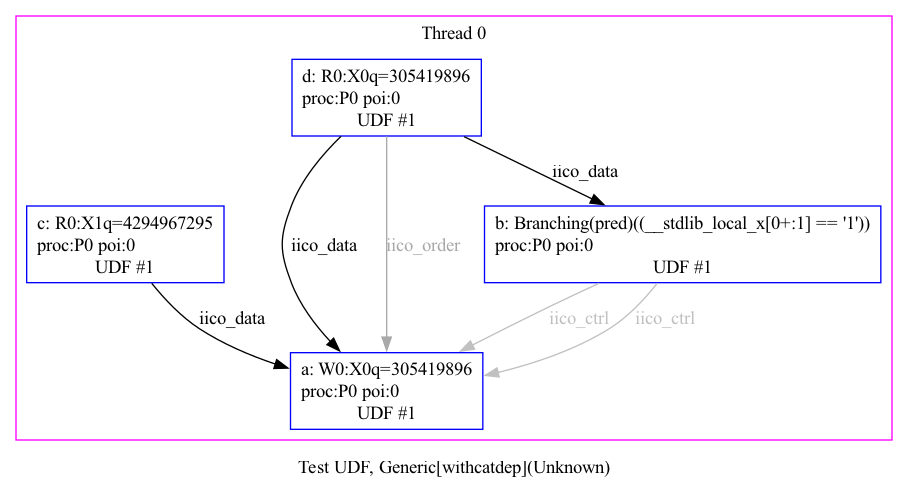
Above: pac_tests/notes/fpac_without_else_success.png in herd/herdtools7 (Graphviz), before the change. Its source is kept beside it as pac_tests/notes/fpac_without_else_success.dot. The source it was exported from:
```dot
digraph G {


/* legend */
label="Test UDF, Generic[withcatdep](Unknown)";


/* the unlocked events */
subgraph cluster_proc0 { rank=sink; label = "Thread 0"; color=magenta; shape=box;
eiid0 [label="a: W0:X0q=305419896\lproc:P0 poi:0\lUDF #1", shape="box", color="blue"];
eiid1 [label="b: Branching(pred)((__stdlib_local_x[0+:1] == '1'))\lproc:P0 poi:0\lUDF #1", shape="box", color="blue"];
eiid2 [label="c: R0:X1q=4294967295\lproc:P0 poi:0\lUDF #1", shape="box", color="blue"];
eiid3 [label="d: R0:X0q=305419896\lproc:P0 poi:0\lUDF #1", shape="box", color="blue"];
}

/* the intra_causality_data edges */

eiid2 -> eiid0 [label="iico_data", color="black", fontcolor="black"];
eiid3 -> eiid0 [label="iico_data", color="black", fontcolor="black"];
eiid3 -> eiid1 [label="iico_data", color="black", fontcolor="black"];

/* the intra_causality_control edges */
eiid1 -> eiid0 [label="iico_ctrl", color="grey", fontcolor="grey"];
eiid3 -> eiid0 [label="iico_order", color="darkgrey", fontcolor="darkgrey"];

/* the poi edges */
/* the rfmap edges */


/* The viewed-before edges */
eiid1 -> eiid0 [label="iico_ctrl", color="grey", fontcolor="grey"];
}
```
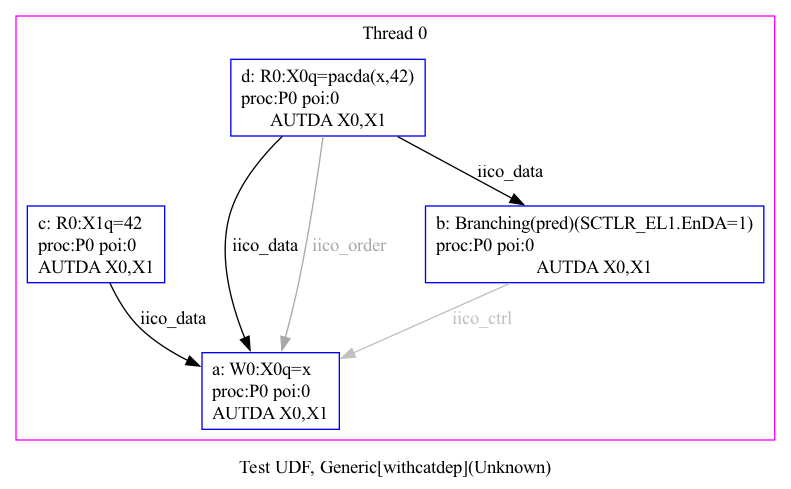
Above is the later version.

The edit, as a diff of the source:
```diff
@@ -7,10 +7,10 @@
 
 /* the unlocked events */
 subgraph cluster_proc0 { rank=sink; label = "Thread 0"; color=magenta; shape=box;
-eiid0 [label="a: W0:X0q=305419896\lproc:P0 poi:0\lUDF #1", shape="box", color="blue"];
-eiid1 [label="b: Branching(pred)((__stdlib_local_x[0+:1] == '1'))\lproc:P0 poi:0\lUDF #1", shape="box", color="blue"];
-eiid2 [label="c: R0:X1q=4294967295\lproc:P0 poi:0\lUDF #1", shape="box", color="blue"];
-eiid3 [label="d: R0:X0q=305419896\lproc:P0 poi:0\lUDF #1", shape="box", color="blue"];
+eiid0 [label="a: W0:X0q=x\lproc:P0 poi:0\lAUTDA X0,X1", shape="box", color="blue"];
+eiid1 [label="b: Branching(pred)(SCTLR_EL1.EnDA=1)\lproc:P0 poi:0\lAUTDA X0,X1", shape="box", color="blue"];
+eiid2 [label="c: R0:X1q=42\lproc:P0 poi:0\lAUTDA X0,X1", shape="box", color="blue"];
+eiid3 [label="d: R0:X0q=pacda(x,42)\lproc:P0 poi:0\lAUTDA X0,X1", shape="box", color="blue"];
 }
 
 /* the intra_causality_data edges */
@@ -22,11 +22,4 @@
 /* the intra_causality_control edges */
 eiid1 -> eiid0 [label="iico_ctrl", color="grey", fontcolor="grey"];
 eiid3 -> eiid0 [label="iico_order", color="darkgrey", fontcolor="darkgrey"];
-
-/* the poi edges */
-/* the rfmap edges */
-
-
-/* The viewed-before edges */
-eiid1 -> eiid0 [label="iico_ctrl", color="grey", fontcolor="grey"];
 }
```
